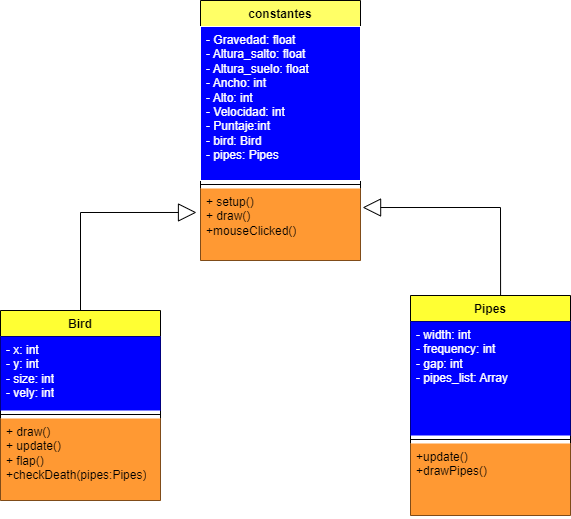
C4RLOSMR/Figuras keeps this draw.io diagram as polimorfismo-juego/Diagrama sin título.drawio.png. Above is the earlier version. Source tidied: cells renumbered, new cells last; positions are measured from the earlier drawing's top-left corner, leaving out a move shared by most shapes. Its diagram source:
```xml
<mxGraphModel>
  <root>
    <mxCell id="0" />
    <mxCell id="1" parent="0" />
    <mxCell id="2" value="constantes&lt;br&gt;" style="swimlane;fontStyle=1;align=center;verticalAlign=top;horizontal=1;startSize=26;whiteSpace=wrap;html=1;fillColor=#FFFF66;" parent="1" vertex="1">
      <mxGeometry x="200" width="160" height="260" as="geometry" />
    </mxCell>
    <mxCell id="3" value="&lt;div&gt;&lt;span style=&quot;background-color: rgb(0, 0, 255);&quot;&gt;&lt;font color=&quot;#ffffff&quot;&gt;- Gravedad: float&lt;/font&gt;&lt;/span&gt;&lt;/div&gt;&lt;div&gt;&lt;span style=&quot;background-color: rgb(0, 0, 255);&quot;&gt;&lt;font color=&quot;#ffffff&quot;&gt;- Altura_salto: float&lt;/font&gt;&lt;/span&gt;&lt;/div&gt;&lt;div&gt;&lt;span style=&quot;background-color: rgb(0, 0, 255);&quot;&gt;&lt;font color=&quot;#ffffff&quot;&gt;- Altura_suelo: float&lt;/font&gt;&lt;/span&gt;&lt;/div&gt;&lt;div&gt;&lt;span style=&quot;background-color: rgb(0, 0, 255);&quot;&gt;&lt;font color=&quot;#ffffff&quot;&gt;- Ancho: int&lt;/font&gt;&lt;/span&gt;&lt;/div&gt;&lt;div&gt;&lt;span style=&quot;background-color: rgb(0, 0, 255);&quot;&gt;&lt;font color=&quot;#ffffff&quot;&gt;- Alto: int&lt;/font&gt;&lt;/span&gt;&lt;/div&gt;&lt;div&gt;&lt;span style=&quot;background-color: rgb(0, 0, 255);&quot;&gt;&lt;font color=&quot;#ffffff&quot;&gt;- Velocidad: int&lt;/font&gt;&lt;/span&gt;&lt;/div&gt;&lt;div&gt;&lt;span style=&quot;background-color: rgb(0, 0, 255);&quot;&gt;&lt;font color=&quot;#ffffff&quot;&gt;- Puntaje:int&lt;/font&gt;&lt;/span&gt;&lt;/div&gt;&lt;div&gt;&lt;span style=&quot;background-color: rgb(0, 0, 255);&quot;&gt;&lt;font color=&quot;#ffffff&quot;&gt;- bird: Bird&lt;/font&gt;&lt;/span&gt;&lt;/div&gt;&lt;div&gt;&lt;span style=&quot;background-color: rgb(0, 0, 255);&quot;&gt;&lt;font color=&quot;#ffffff&quot;&gt;- pipes: Pipes&lt;/font&gt;&lt;/span&gt;&lt;/div&gt;&lt;div&gt;&lt;br&gt;&lt;/div&gt;" style="text;strokeColor=#FFFFFF;fillColor=#0000FF;align=left;verticalAlign=top;spacingLeft=4;spacingRight=4;overflow=hidden;whiteSpace=wrap;html=1;" parent="2" vertex="1">
      <mxGeometry y="26" width="160" height="154" as="geometry" />
    </mxCell>
    <mxCell id="4" style="line;strokeWidth=1;fillColor=none;align=left;verticalAlign=middle;spacingTop=-1;spacingLeft=3;spacingRight=3;labelPosition=right;strokeColor=inherit;" parent="2" vertex="1">
      <mxGeometry y="180" width="160" height="8" as="geometry" />
    </mxCell>
    <mxCell id="5" value="+ setup()&lt;br&gt;+ draw()&lt;br&gt;+mouseClicked()" style="text;strokeColor=none;fillColor=#FF9933;align=left;verticalAlign=top;spacingLeft=4;spacingRight=4;overflow=hidden;points=[[0,0.5],[1,0.5]];portConstraint=eastwest;whiteSpace=wrap;html=1;" parent="2" vertex="1">
      <mxGeometry y="188" width="160" height="72" as="geometry" />
    </mxCell>
    <mxCell id="6" value="Bird" style="swimlane;fontStyle=1;align=center;verticalAlign=top;horizontal=1;startSize=26;whiteSpace=wrap;html=1;fillColor=#FFFF33;" parent="1" vertex="1">
      <mxGeometry y="310" width="160" height="190" as="geometry" />
    </mxCell>
    <mxCell id="7" value="&lt;font color=&quot;#ffffff&quot;&gt;- x: int&lt;br&gt;- y: int&lt;br&gt;- size: int&lt;br&gt;- vely: int&lt;/font&gt;" style="text;strokeColor=none;fillColor=#0000FF;align=left;verticalAlign=top;spacingLeft=4;spacingRight=4;overflow=hidden;whiteSpace=wrap;html=1;" parent="6" vertex="1">
      <mxGeometry y="26" width="160" height="74" as="geometry" />
    </mxCell>
    <mxCell id="8" style="line;strokeWidth=1;fillColor=none;align=left;verticalAlign=middle;spacingTop=-1;spacingLeft=3;spacingRight=3;labelPosition=right;strokeColor=inherit;" parent="6" vertex="1">
      <mxGeometry y="100" width="160" height="8" as="geometry" />
    </mxCell>
    <mxCell id="9" value="+ draw()&lt;br&gt;+ update()&lt;br&gt;+ flap()&lt;br&gt;+checkDeath(pipes:Pipes)" style="text;strokeColor=none;fillColor=#FF9933;align=left;verticalAlign=top;spacingLeft=4;spacingRight=4;overflow=hidden;whiteSpace=wrap;html=1;" parent="6" vertex="1">
      <mxGeometry y="108" width="160" height="82" as="geometry" />
    </mxCell>
    <mxCell id="10" value="Pipes" style="swimlane;fontStyle=1;align=center;verticalAlign=top;horizontal=1;startSize=26;whiteSpace=wrap;html=1;fillColor=#FFFF33;" parent="1" vertex="1">
      <mxGeometry x="410" y="295" width="160" height="220" as="geometry" />
    </mxCell>
    <mxCell id="11" value="&lt;font color=&quot;#ffffff&quot;&gt;- width: int&lt;br&gt;- frequency: int&lt;br&gt;- gap: int&lt;br&gt;- pipes_list: Array&lt;/font&gt;" style="text;strokeColor=none;fillColor=#0000FF;align=left;verticalAlign=top;spacingLeft=4;spacingRight=4;overflow=hidden;whiteSpace=wrap;html=1;" parent="10" vertex="1">
      <mxGeometry y="26" width="160" height="114" as="geometry" />
    </mxCell>
    <mxCell id="12" style="line;strokeWidth=1;fillColor=none;align=left;verticalAlign=middle;spacingTop=-1;spacingLeft=3;spacingRight=3;labelPosition=right;strokeColor=inherit;" parent="10" vertex="1">
      <mxGeometry y="140" width="160" height="8" as="geometry" />
    </mxCell>
    <mxCell id="13" value="+update()&lt;br&gt;+drawPipes()" style="text;strokeColor=none;fillColor=#FF9933;align=left;verticalAlign=top;spacingLeft=4;spacingRight=4;overflow=hidden;whiteSpace=wrap;html=1;" parent="10" vertex="1">
      <mxGeometry y="148" width="160" height="72" as="geometry" />
    </mxCell>
    <mxCell id="14" style="endArrow=block;endSize=16;endFill=0;html=1;rounded=0;entryX=-0.025;entryY=0.333;entryDx=0;entryDy=0;entryPerimeter=0;exitX=0.5;exitY=0;exitDx=0;exitDy=0;" parent="1" edge="1" source="6" target="5">
      <mxGeometry relative="1" as="geometry">
        <Array as="points">
          <mxPoint x="80" y="212" />
        </Array>
      </mxGeometry>
    </mxCell>
    <mxCell id="15" style="endArrow=block;endSize=16;endFill=0;html=1;rounded=0;entryX=1.013;entryY=0.264;entryDx=0;entryDy=0;entryPerimeter=0;exitX=0.563;exitY=0;exitDx=0;exitDy=0;exitPerimeter=0;" parent="1" edge="1" source="10" target="5">
      <mxGeometry relative="1" as="geometry">
        <Array as="points">
          <mxPoint x="500" y="207" />
        </Array>
      </mxGeometry>
    </mxCell>
  </root>
</mxGraphModel>
```
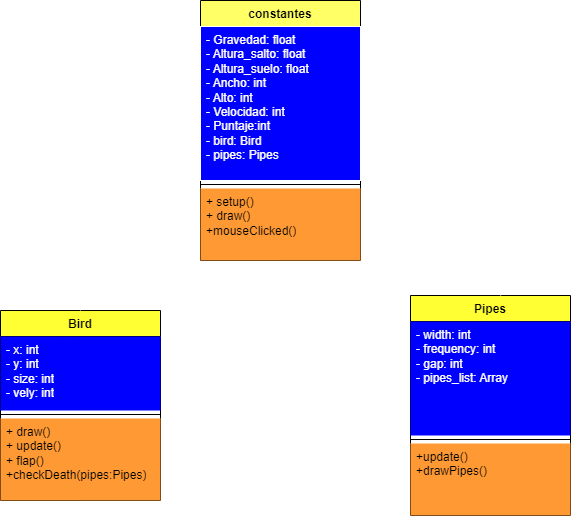
After the commit.

What changed in the source:
```diff
@@ -38,14 +38,14 @@
     <mxCell id="13" value="+update()&lt;br&gt;+drawPipes()" style="text;strokeColor=none;fillColor=#FF9933;align=left;verticalAlign=top;spacingLeft=4;spacingRight=4;overflow=hidden;whiteSpace=wrap;html=1;" parent="10" vertex="1">
       <mxGeometry y="148" width="160" height="72" as="geometry" />
     </mxCell>
-    <mxCell id="14" style="endArrow=block;endSize=16;endFill=0;html=1;rounded=0;entryX=-0.025;entryY=0.333;entryDx=0;entryDy=0;entryPerimeter=0;exitX=0.5;exitY=0;exitDx=0;exitDy=0;" parent="1" edge="1" source="6" target="5">
+    <mxCell id="14" style="endArrow=block;endSize=16;endFill=0;html=1;rounded=0;entryX=-0.025;entryY=0.333;entryDx=0;entryDy=0;entryPerimeter=0;exitX=0.5;exitY=0;exitDx=0;exitDy=0;fillColor=#FFFFFF;strokeColor=#FFFFFF;" parent="1" edge="1" source="6" target="5">
       <mxGeometry relative="1" as="geometry">
         <Array as="points">
           <mxPoint x="80" y="212" />
         </Array>
       </mxGeometry>
     </mxCell>
-    <mxCell id="15" style="endArrow=block;endSize=16;endFill=0;html=1;rounded=0;entryX=1.013;entryY=0.264;entryDx=0;entryDy=0;entryPerimeter=0;exitX=0.563;exitY=0;exitDx=0;exitDy=0;exitPerimeter=0;" parent="1" edge="1" source="10" target="5">
+    <mxCell id="15" style="endArrow=block;endSize=16;endFill=0;html=1;rounded=0;entryX=1.013;entryY=0.264;entryDx=0;entryDy=0;entryPerimeter=0;exitX=0.563;exitY=0;exitDx=0;exitDy=0;exitPerimeter=0;strokeColor=#FFFFFF;" parent="1" edge="1" source="10" target="5">
       <mxGeometry relative="1" as="geometry">
         <Array as="points">
           <mxPoint x="500" y="207" />
```
